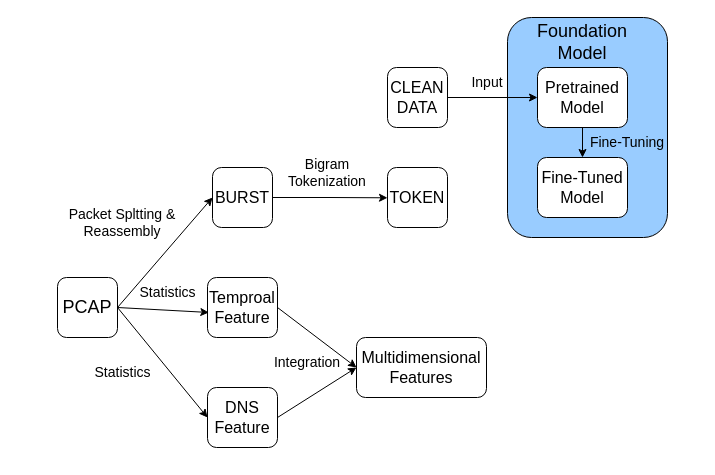
The draw.io diagram iotm.drawio in Vio-et/Resources, before the edit. Source tidied: cells renumbered, new cells numbered last; positions are measured from the earlier drawing's top-left corner, leaving out a move shared by most shapes. Both pictures are drawn from the tidied source at 100%, with x=0, y=0 at pixel (57, 17).
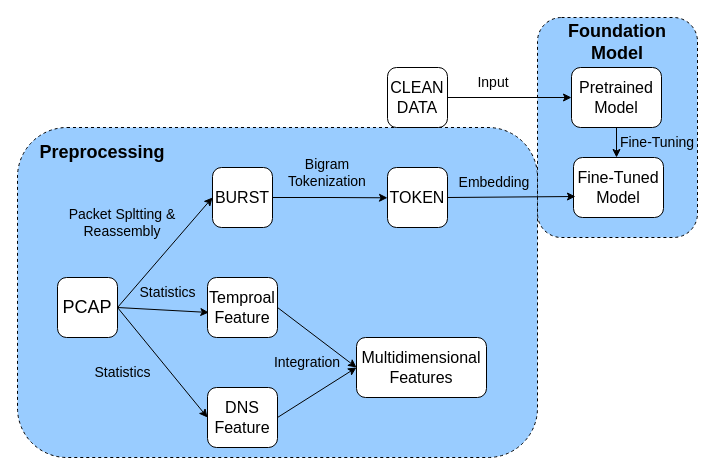
The same diagram, later.

The change refers to these unchanged cells:
```xml
<mxCell id="24" value="&lt;font style=&quot;font-size: 16px;&quot;&gt;TOKEN&lt;/font&gt;" style="text;html=1;align=center;verticalAlign=middle;whiteSpace=wrap;rounded=0;" parent="22" vertex="1">
  <mxGeometry width="60" height="60" as="geometry" />
</mxCell>
<mxCell id="38" value="&lt;span style=&quot;font-size: 16px;&quot;&gt;Pretrained Model&lt;/span&gt;" style="text;html=1;align=center;verticalAlign=middle;whiteSpace=wrap;rounded=0;" parent="36" vertex="1">
  <mxGeometry width="90" height="60" as="geometry" />
</mxCell>
<mxCell id="41" value="&lt;span style=&quot;font-size: 16px;&quot;&gt;Fine-Tuned&lt;/span&gt;&lt;div&gt;&lt;span style=&quot;font-size: 16px;&quot;&gt;Model&lt;/span&gt;&lt;/div&gt;" style="text;html=1;align=center;verticalAlign=middle;whiteSpace=wrap;rounded=0;" parent="39" vertex="1">
  <mxGeometry width="90" height="60" as="geometry" />
</mxCell>
```

Diff of the diagram source:
```diff
@@
+    <mxCell id="46" style="rounded=1;whiteSpace=wrap;html=1;fillColor=#99CCFF;dashed=1;" parent="1" vertex="1">
+      <mxGeometry x="-40" y="110" width="520" height="330" as="geometry" />
+    </mxCell>
-    <mxCell id="2" style="rounded=1;whiteSpace=wrap;html=1;fillColor=#99CCFF;" parent="1" vertex="1">
-      <mxGeometry x="450" width="160" height="220" as="geometry" />
+    <mxCell id="2" style="rounded=1;whiteSpace=wrap;html=1;fillColor=#99CCFF;dashed=1;" parent="1" vertex="1">
+      <mxGeometry x="480" width="160" height="220" as="geometry" />
     </mxCell>
@@
     <mxCell id="36" style="group;" parent="1" vertex="1">
-      <mxGeometry x="480" y="50" width="90" height="60" as="geometry" />
+      <mxGeometry x="514" y="50" width="90" height="60" as="geometry" />
     </mxCell>
@@
     <mxCell id="39" style="group;" parent="1" vertex="1">
-      <mxGeometry x="480" y="140" width="90" height="60" as="geometry" />
+      <mxGeometry x="516" y="140" width="90" height="60" as="geometry" />
     </mxCell>
@@
-    <mxCell id="42" value="&lt;font style=&quot;font-size: 18px;&quot;&gt;Foundation Model&lt;/font&gt;" style="text;html=1;align=center;verticalAlign=middle;whiteSpace=wrap;rounded=0;" parent="1" vertex="1">
-      <mxGeometry x="460" width="130" height="50" as="geometry" />
+    <mxCell id="42" value="&lt;font style=&quot;font-size: 18px;&quot;&gt;&lt;b&gt;Foundation Model&lt;/b&gt;&lt;/font&gt;" style="text;html=1;align=center;verticalAlign=middle;whiteSpace=wrap;rounded=0;" parent="1" vertex="1">
+      <mxGeometry x="495" width="130" height="50" as="geometry" />
     </mxCell>
     <mxCell id="43" value="&lt;font style=&quot;font-size: 14px;&quot;&gt;Input&lt;/font&gt;" style="text;html=1;align=center;verticalAlign=middle;whiteSpace=wrap;rounded=0;" parent="1" vertex="1">
-      <mxGeometry x="390" y="50" width="80" height="30" as="geometry" />
+      <mxGeometry x="396" y="50" width="80" height="30" as="geometry" />
     </mxCell>
-    <mxCell id="44" style="rounded=0;jettySize=auto;html=1;exitX=0.5;exitY=1;exitDx=0;exitDy=0;" parent="1" edge="1" source="38">
-      <mxGeometry relative="1" as="geometry">
-        <mxPoint x="525" y="140" as="targetPoint" />
-      </mxGeometry>
+    <mxCell id="44" style="rounded=0;jettySize=auto;html=1;exitX=0.5;exitY=1;exitDx=0;exitDy=0;entryX=0.478;entryY=0;entryDx=0;entryDy=0;entryPerimeter=0;" parent="1" edge="1" source="38" target="41">
+      <mxGeometry relative="1" as="geometry" />
     </mxCell>
     <mxCell id="45" value="&lt;font style=&quot;font-size: 14px;&quot;&gt;Fine-Tuning&lt;/font&gt;" style="text;html=1;align=center;verticalAlign=middle;whiteSpace=wrap;rounded=0;" parent="1" vertex="1">
-      <mxGeometry x="530" y="100" width="80" height="50" as="geometry" />
+      <mxGeometry x="560" y="100" width="80" height="50" as="geometry" />
     </mxCell>
+    <mxCell id="47" style="rounded=0;jettySize=auto;html=1;exitX=1;exitY=0.5;exitDx=0;exitDy=0;entryX=0.022;entryY=0.65;entryDx=0;entryDy=0;entryPerimeter=0;" parent="1" edge="1" source="24" target="41">
+      <mxGeometry relative="1" as="geometry" />
+    </mxCell>
+    <mxCell id="48" value="&lt;font style=&quot;font-size: 14px;&quot;&gt;Embedding&lt;/font&gt;" style="text;html=1;align=center;verticalAlign=middle;whiteSpace=wrap;rounded=0;" parent="1" vertex="1">
+      <mxGeometry x="397" y="140" width="80" height="50" as="geometry" />
+    </mxCell>
+    <mxCell id="49" value="&lt;font style=&quot;font-size: 18px;&quot;&gt;&lt;b&gt;Preprocessing&lt;/b&gt;&lt;/font&gt;" style="text;html=1;align=center;verticalAlign=middle;whiteSpace=wrap;rounded=0;" parent="1" vertex="1">
+      <mxGeometry x="-20" y="110" width="130" height="50" as="geometry" />
+    </mxCell>
```
